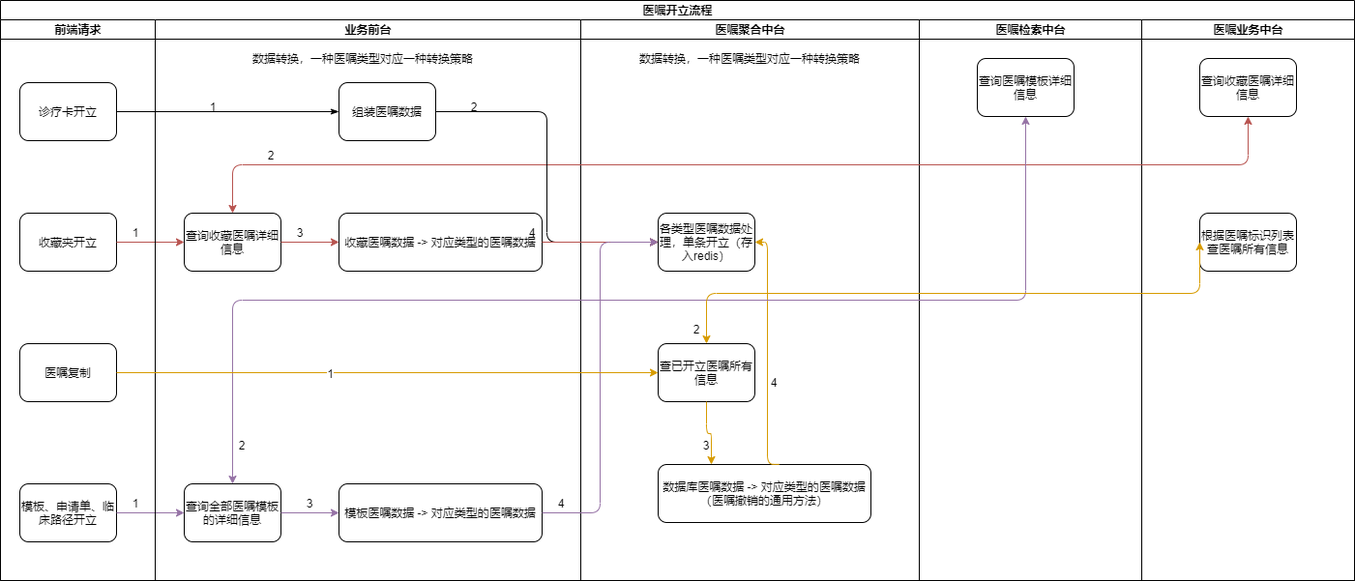
This is 医嘱开立流程.png from qkf5811/workspace, a draw.io export, as it was before one commit. Source tidied: cells renumbered, new cells last; positions are measured from the earlier drawing's top-left corner, leaving out a move shared by most shapes.
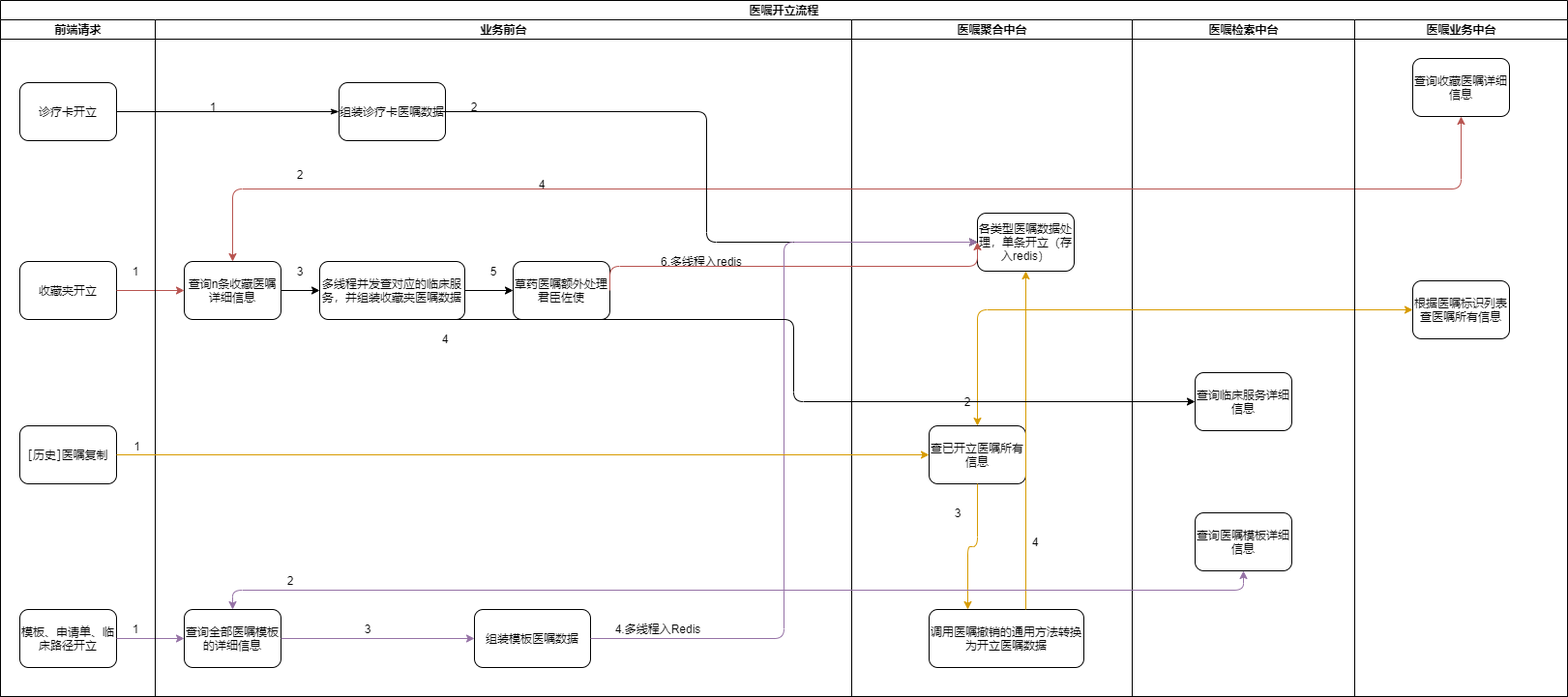
After the change.

Commit message:
Update 医嘱开立流程.png

The edit, as a diff of the source:
```diff
@@ -3,28 +3,28 @@
     <mxCell id="0" />
     <mxCell id="1" parent="0" />
     <mxCell id="2" value="医嘱开立流程" style="swimlane;html=1;startSize=20;rounded=0;shadow=0;labelBackgroundColor=none;strokeWidth=1;fontFamily=Verdana;fontSize=1;align=center;" parent="1" vertex="1">
-      <mxGeometry width="1400" height="600" as="geometry" />
+      <mxGeometry width="1620" height="720" as="geometry" />
     </mxCell>
     <mxCell id="3" value="前端请求" style="swimlane;html=1;startSize=20;" parent="2" vertex="1">
-      <mxGeometry y="20" width="160" height="580" as="geometry" />
+      <mxGeometry y="20" width="160" height="700" as="geometry" />
     </mxCell>
     <mxCell id="4" value="诊疗卡开立" style="rounded=1;whiteSpace=wrap;html=1;shadow=0;labelBackgroundColor=none;strokeWidth=1;fontFamily=Verdana;fontSize=8;align=center;" parent="3" vertex="1">
       <mxGeometry x="20" y="65" width="100" height="60" as="geometry" />
     </mxCell>
     <mxCell id="5" value="收藏夹开立" style="rounded=1;whiteSpace=wrap;html=1;shadow=0;labelBackgroundColor=none;strokeWidth=1;fontFamily=Verdana;fontSize=8;align=center;" parent="3" vertex="1">
-      <mxGeometry x="20" y="200" width="100" height="60" as="geometry" />
+      <mxGeometry x="20" y="250" width="100" height="60" as="geometry" />
     </mxCell>
-    <mxCell id="6" value="医嘱复制" style="rounded=1;whiteSpace=wrap;html=1;shadow=0;labelBackgroundColor=none;strokeWidth=1;fontFamily=Verdana;fontSize=8;align=center;" parent="3" vertex="1">
-      <mxGeometry x="20" y="335" width="100" height="60" as="geometry" />
+    <mxCell id="6" value="[历史]医嘱复制" style="rounded=1;whiteSpace=wrap;html=1;shadow=0;labelBackgroundColor=none;strokeWidth=1;fontFamily=Verdana;fontSize=8;align=center;" parent="3" vertex="1">
+      <mxGeometry x="20" y="420" width="100" height="60" as="geometry" />
     </mxCell>
     <mxCell id="7" value="模板、申请单、临床路径开立" style="rounded=1;whiteSpace=wrap;html=1;" parent="3" vertex="1">
-      <mxGeometry x="20" y="480" width="100" height="60" as="geometry" />
+      <mxGeometry x="20" y="610" width="100" height="60" as="geometry" />
     </mxCell>
     <mxCell id="8" value="1" style="text;html=1;strokeColor=none;fillColor=none;align=center;verticalAlign=middle;whiteSpace=wrap;rounded=0;fontSize=12;" parent="3" vertex="1">
-      <mxGeometry x="120" y="490" width="40" height="20" as="geometry" />
+      <mxGeometry x="120" y="620" width="40" height="20" as="geometry" />
     </mxCell>
     <mxCell id="9" value="1" style="text;html=1;strokeColor=none;fillColor=none;align=center;verticalAlign=middle;whiteSpace=wrap;rounded=0;fontSize=12;" parent="3" vertex="1">
-      <mxGeometry x="120" y="210" width="40" height="20" as="geometry" />
+      <mxGeometry x="120" y="250" width="40" height="20" as="geometry" />
     </mxCell>
     <mxCell id="10" style="rounded=1;html=1;labelBackgroundColor=none;startArrow=none;startFill=0;startSize=6;endArrow=classicThin;endFill=1;endSize=6;jettySize=auto;strokeWidth=1;fontFamily=Verdana;fontSize=8;" parent="2" edge="1" source="4" target="14">
       <mxGeometry relative="1" as="geometry" />
@@ -36,101 +36,107 @@
       <mxGeometry relative="1" as="geometry" />
     </mxCell>
     <mxCell id="13" value="业务前台" style="swimlane;html=1;startSize=20;fontSize=12;" parent="2" vertex="1">
-      <mxGeometry x="160" y="20" width="440" height="580" as="geometry" />
+      <mxGeometry x="160" y="20" width="720" height="700" as="geometry" />
     </mxCell>
-    <mxCell id="14" value="组装医嘱数据" style="rounded=1;whiteSpace=wrap;html=1;shadow=0;labelBackgroundColor=none;strokeWidth=1;fontFamily=Verdana;fontSize=8;align=center;" parent="13" vertex="1">
-      <mxGeometry x="190" y="65" width="100" height="60" as="geometry" />
+    <mxCell id="14" value="组装诊疗卡医嘱数据" style="rounded=1;whiteSpace=wrap;html=1;shadow=0;labelBackgroundColor=none;strokeWidth=1;fontFamily=Verdana;fontSize=8;align=center;" parent="13" vertex="1">
+      <mxGeometry x="190" y="65" width="110" height="60" as="geometry" />
     </mxCell>
-    <mxCell id="15" value="查询收藏医嘱详细信息" style="rounded=1;whiteSpace=wrap;html=1;" parent="13" vertex="1">
-      <mxGeometry x="30" y="200" width="100" height="60" as="geometry" />
+    <mxCell id="15" value="查询n条收藏医嘱详细信息" style="rounded=1;whiteSpace=wrap;html=1;" parent="13" vertex="1">
+      <mxGeometry x="30" y="250" width="100" height="60" as="geometry" />
     </mxCell>
-    <mxCell id="16" value="&lt;font style=&quot;font-size: 8px&quot;&gt;收藏医嘱数据 -&amp;gt; 对应类型的医嘱数据&lt;/font&gt;" style="rounded=1;whiteSpace=wrap;html=1;fontSize=11;" parent="13" vertex="1">
-      <mxGeometry x="190" y="200" width="210" height="60" as="geometry" />
+    <mxCell id="16" value="&lt;font style=&quot;font-size: 8px&quot;&gt;多线程并发查对应的临床服务，并组装收藏夹医嘱数据&lt;/font&gt;" style="rounded=1;whiteSpace=wrap;html=1;fontSize=11;" parent="13" vertex="1">
+      <mxGeometry x="170" y="250" width="150" height="60" as="geometry" />
     </mxCell>
     <mxCell id="17" value="查询全部医嘱模板的详细信息" style="rounded=1;whiteSpace=wrap;html=1;" parent="13" vertex="1">
-      <mxGeometry x="30" y="480" width="100" height="60" as="geometry" />
+      <mxGeometry x="30" y="610" width="100" height="60" as="geometry" />
     </mxCell>
-    <mxCell id="18" value="&lt;font style=&quot;font-size: 8px&quot;&gt;模板医嘱数据 -&amp;gt; 对应类型的医嘱数据&lt;/font&gt;" style="rounded=1;whiteSpace=wrap;html=1;fontSize=11;" parent="13" vertex="1">
-      <mxGeometry x="190" y="480" width="210" height="60" as="geometry" />
+    <mxCell id="18" value="&lt;span style=&quot;font-size: 8px&quot;&gt;组装模板医嘱数据&lt;/span&gt;" style="rounded=1;whiteSpace=wrap;html=1;fontSize=11;" parent="13" vertex="1">
+      <mxGeometry x="330" y="610" width="120" height="60" as="geometry" />
     </mxCell>
     <mxCell id="19" style="endArrow=classic;html=1;fontSize=12;exitX=1;exitY=0.5;exitDx=0;exitDy=0;entryX=0;entryY=0.5;entryDx=0;entryDy=0;fillColor=#e1d5e7;strokeColor=#9673a6;" parent="13" edge="1" source="17" target="18">
       <mxGeometry relative="1" as="geometry" />
     </mxCell>
-    <mxCell id="20" style="endArrow=classic;html=1;fontSize=12;exitX=1;exitY=0.5;exitDx=0;exitDy=0;entryX=0;entryY=0.5;entryDx=0;entryDy=0;fillColor=#f8cecc;strokeColor=#b85450;" parent="13" edge="1" source="15" target="16">
-      <mxGeometry relative="1" as="geometry" />
-    </mxCell>
-    <mxCell id="21" value="数据转换，一种医嘱类型对应一种转换策略" style="text;html=1;strokeColor=none;fillColor=none;align=center;verticalAlign=middle;whiteSpace=wrap;rounded=0;fontSize=12;" parent="13" vertex="1">
-      <mxGeometry x="50" y="30" width="330" height="20" as="geometry" />
-    </mxCell>
     <mxCell id="22" value="1" style="text;html=1;strokeColor=none;fillColor=none;align=center;verticalAlign=middle;whiteSpace=wrap;rounded=0;fontSize=12;" parent="13" vertex="1">
       <mxGeometry x="40" y="80" width="40" height="20" as="geometry" />
     </mxCell>
-    <mxCell id="23" value="2" style="text;html=1;strokeColor=none;fillColor=none;align=center;verticalAlign=middle;whiteSpace=wrap;rounded=0;fontSize=12;" parent="13" vertex="1">
-      <mxGeometry x="70" y="430" width="40" height="20" as="geometry" />
-    </mxCell>
-    <mxCell id="24" value="4" style="text;html=1;strokeColor=none;fillColor=none;align=center;verticalAlign=middle;whiteSpace=wrap;rounded=0;fontSize=12;" parent="13" vertex="1">
-      <mxGeometry x="400" y="490" width="40" height="20" as="geometry" />
+    <mxCell id="24" value="4.多线程入Redis" style="text;html=1;strokeColor=none;fillColor=none;align=center;verticalAlign=middle;whiteSpace=wrap;rounded=0;fontSize=12;" parent="13" vertex="1">
+      <mxGeometry x="470" y="620" width="100" height="20" as="geometry" />
     </mxCell>
     <mxCell id="25" value="2" style="text;html=1;strokeColor=none;fillColor=none;align=center;verticalAlign=middle;whiteSpace=wrap;rounded=0;fontSize=12;" parent="13" vertex="1">
-      <mxGeometry x="100" y="130" width="40" height="20" as="geometry" />
+      <mxGeometry x="130" y="150" width="40" height="20" as="geometry" />
     </mxCell>
     <mxCell id="26" value="3" style="text;html=1;strokeColor=none;fillColor=none;align=center;verticalAlign=middle;whiteSpace=wrap;rounded=0;fontSize=12;" parent="13" vertex="1">
-      <mxGeometry x="130" y="210" width="40" height="20" as="geometry" />
+      <mxGeometry x="130" y="250" width="40" height="20" as="geometry" />
     </mxCell>
     <mxCell id="27" value="2" style="text;html=1;strokeColor=none;fillColor=none;align=center;verticalAlign=middle;whiteSpace=wrap;rounded=0;fontSize=12;" parent="13" vertex="1">
       <mxGeometry x="310" y="80" width="40" height="20" as="geometry" />
     </mxCell>
     <mxCell id="28" value="4" style="text;html=1;strokeColor=none;fillColor=none;align=center;verticalAlign=middle;whiteSpace=wrap;rounded=0;fontSize=12;" parent="13" vertex="1">
-      <mxGeometry x="370" y="210" width="40" height="20" as="geometry" />
+      <mxGeometry x="380" y="160" width="40" height="20" as="geometry" />
     </mxCell>
     <mxCell id="29" value="3" style="text;html=1;strokeColor=none;fillColor=none;align=center;verticalAlign=middle;whiteSpace=wrap;rounded=0;fontSize=12;" parent="13" vertex="1">
-      <mxGeometry x="140" y="490" width="40" height="20" as="geometry" />
+      <mxGeometry x="200" y="620" width="40" height="20" as="geometry" />
     </mxCell>
+    <mxCell id="53" value="4" style="text;html=1;strokeColor=none;fillColor=none;align=center;verticalAlign=middle;whiteSpace=wrap;rounded=0;fontSize=12;" parent="13" vertex="1">
+      <mxGeometry x="280" y="320" width="40" height="20" as="geometry" />
+    </mxCell>
+    <mxCell id="54" value="草药医嘱额外处理君臣佐使" style="rounded=1;whiteSpace=wrap;html=1;" parent="13" vertex="1">
+      <mxGeometry x="370" y="250" width="100" height="60" as="geometry" />
+    </mxCell>
+    <mxCell id="55" value="5" style="text;html=1;strokeColor=none;fillColor=none;align=center;verticalAlign=middle;whiteSpace=wrap;rounded=0;fontSize=12;" parent="13" vertex="1">
+      <mxGeometry x="330" y="250" width="40" height="20" as="geometry" />
+    </mxCell>
+    <mxCell id="56" style="endArrow=classic;html=1;shadow=0;fontSize=12;exitX=1;exitY=0.5;exitDx=0;exitDy=0;entryX=0;entryY=0.5;entryDx=0;entryDy=0;" parent="13" edge="1" source="16" target="54">
+      <mxGeometry relative="1" as="geometry" />
+    </mxCell>
+    <mxCell id="57" value="6.多线程入redis" style="text;html=1;strokeColor=none;fillColor=none;align=center;verticalAlign=middle;whiteSpace=wrap;rounded=0;fontSize=12;" parent="13" vertex="1">
+      <mxGeometry x="450" y="240" width="230" height="20" as="geometry" />
+    </mxCell>
+    <mxCell id="20" style="endArrow=classic;html=1;shadow=0;fontSize=12;exitX=1;exitY=0.5;exitDx=0;exitDy=0;entryX=0;entryY=0.5;entryDx=0;entryDy=0;" parent="13" edge="1" source="15" target="16">
+      <mxGeometry relative="1" as="geometry" />
+    </mxCell>
+    <mxCell id="23" value="2" style="text;html=1;strokeColor=none;fillColor=none;align=center;verticalAlign=middle;whiteSpace=wrap;rounded=0;fontSize=12;" parent="13" vertex="1">
+      <mxGeometry x="120" y="570" width="40" height="20" as="geometry" />
+    </mxCell>
     <mxCell id="30" value="医嘱聚合中台" style="swimlane;html=1;startSize=20;" parent="2" vertex="1">
-      <mxGeometry x="600" y="20" width="350" height="580" as="geometry" />
+      <mxGeometry x="880" y="20" width="290" height="700" as="geometry" />
     </mxCell>
     <mxCell id="31" value="各类型医嘱数据处理，单条开立（存入redis）" style="rounded=1;whiteSpace=wrap;html=1;" parent="30" vertex="1">
-      <mxGeometry x="80" y="200" width="100" height="60" as="geometry" />
+      <mxGeometry x="130" y="200" width="100" height="60" as="geometry" />
     </mxCell>
     <mxCell id="32" value="查已开立医嘱所有信息" style="rounded=1;whiteSpace=wrap;html=1;" parent="30" vertex="1">
-      <mxGeometry x="80" y="335" width="100" height="60" as="geometry" />
+      <mxGeometry x="80" y="420" width="100" height="60" as="geometry" />
     </mxCell>
-    <mxCell id="33" value="数据库医嘱数据 -&amp;gt; 对应类型的医嘱数据&lt;br&gt;（医嘱撤销的通用方法）" style="rounded=1;whiteSpace=wrap;html=1;" parent="30" vertex="1">
-      <mxGeometry x="80" y="460" width="220" height="60" as="geometry" />
+    <mxCell id="33" value="调用医嘱撤销的通用方法转换为开立医嘱数据" style="rounded=1;whiteSpace=wrap;html=1;" parent="30" vertex="1">
+      <mxGeometry x="80" y="610" width="160" height="60" as="geometry" />
     </mxCell>
     <mxCell id="34" style="endArrow=classic;html=1;fontSize=12;exitX=0.5;exitY=1;exitDx=0;exitDy=0;entryX=0.25;entryY=0;entryDx=0;entryDy=0;edgeStyle=elbowEdgeStyle;elbow=vertical;fillColor=#ffe6cc;strokeColor=#d79b00;" parent="30" edge="1" source="32" target="33">
       <mxGeometry relative="1" as="geometry" />
     </mxCell>
-    <mxCell id="35" style="endArrow=classic;html=1;fontSize=12;exitX=0.569;exitY=-0.002;exitDx=0;exitDy=0;exitPerimeter=0;entryX=1;entryY=0.5;entryDx=0;entryDy=0;edgeStyle=elbowEdgeStyle;fillColor=#ffe6cc;strokeColor=#d79b00;" parent="30" edge="1" source="33" target="31">
-      <mxGeometry relative="1" as="geometry" />
+    <mxCell id="35" style="endArrow=classic;html=1;fontSize=12;fillColor=#ffe6cc;strokeColor=#d79b00;" parent="30" edge="1">
+      <mxGeometry relative="1" as="geometry">
+        <mxPoint x="180" y="610" as="sourcePoint" />
+        <mxPoint x="180" y="260" as="targetPoint" />
+      </mxGeometry>
     </mxCell>
     <mxCell id="36" value="2" style="text;html=1;strokeColor=none;fillColor=none;align=center;verticalAlign=middle;whiteSpace=wrap;rounded=0;fontSize=12;" parent="30" vertex="1">
-      <mxGeometry x="100" y="310" width="40" height="20" as="geometry" />
+      <mxGeometry x="100" y="385" width="40" height="20" as="geometry" />
     </mxCell>
+    <mxCell id="38" value="4" style="text;html=1;strokeColor=none;fillColor=none;align=center;verticalAlign=middle;whiteSpace=wrap;rounded=0;fontSize=12;" parent="30" vertex="1">
+      <mxGeometry x="170" y="530" width="40" height="20" as="geometry" />
+    </mxCell>
     <mxCell id="37" value="3" style="text;html=1;strokeColor=none;fillColor=none;align=center;verticalAlign=middle;whiteSpace=wrap;rounded=0;fontSize=12;" parent="30" vertex="1">
-      <mxGeometry x="110" y="430" width="40" height="20" as="geometry" />
+      <mxGeometry x="90" y="500" width="40" height="20" as="geometry" />
     </mxCell>
-    <mxCell id="38" value="4" style="text;html=1;strokeColor=none;fillColor=none;align=center;verticalAlign=middle;whiteSpace=wrap;rounded=0;fontSize=12;" parent="30" vertex="1">
-      <mxGeometry x="180" y="365" width="40" height="20" as="geometry" />
-    </mxCell>
-    <mxCell id="39" value="数据转换，一种医嘱类型对应一种转换策略" style="text;html=1;strokeColor=none;fillColor=none;align=center;verticalAlign=middle;whiteSpace=wrap;rounded=0;fontSize=12;" parent="30" vertex="1">
-      <mxGeometry x="10" y="30" width="330" height="20" as="geometry" />
-    </mxCell>
     <mxCell id="40" value="医嘱检索中台" style="swimlane;html=1;startSize=20;" parent="2" vertex="1">
-      <mxGeometry x="950" y="20" width="230" height="580" as="geometry" />
+      <mxGeometry x="1170" y="20" width="230" height="700" as="geometry" />
     </mxCell>
     <mxCell id="41" value="查询医嘱模板详细信息" style="rounded=1;whiteSpace=wrap;html=1;" parent="40" vertex="1">
-      <mxGeometry x="60" y="40" width="100" height="60" as="geometry" />
+      <mxGeometry x="65" y="510" width="100" height="60" as="geometry" />
     </mxCell>
-    <mxCell id="42" value="医嘱业务中台" style="swimlane;html=1;startSize=20;" parent="2" vertex="1">
-      <mxGeometry x="1180" y="20" width="220" height="580" as="geometry" />
-    </mxCell>
-    <mxCell id="43" value="查询收藏医嘱详细信息" style="rounded=1;whiteSpace=wrap;html=1;" parent="42" vertex="1">
-      <mxGeometry x="60" y="40" width="100" height="60" as="geometry" />
-    </mxCell>
-    <mxCell id="44" value="根据医嘱标识列表查医嘱所有信息" style="rounded=1;whiteSpace=wrap;html=1;" parent="42" vertex="1">
-      <mxGeometry x="60" y="200" width="100" height="60" as="geometry" />
-    </mxCell>
+    <mxCell id="58" value="查询临床服务详细信息" style="rounded=1;whiteSpace=wrap;html=1;" parent="40" vertex="1">
+      <mxGeometry x="65" y="365" width="100" height="60" as="geometry" />
+    </mxCell>
     <mxCell id="45" style="endArrow=classic;startArrow=classic;html=1;fontSize=12;exitX=0.5;exitY=0;exitDx=0;exitDy=0;entryX=0.5;entryY=1;entryDx=0;entryDy=0;edgeStyle=elbowEdgeStyle;elbow=vertical;fillColor=#f8cecc;strokeColor=#b85450;" parent="2" edge="1" source="15" target="43">
       <mxGeometry relative="1" as="geometry" />
     </mxCell>
@@ -142,7 +148,7 @@
         <mxPoint x="450" y="115" as="sourcePoint" />
       </mxGeometry>
     </mxCell>
-    <mxCell id="48" style="endArrow=classic;html=1;fontSize=12;exitX=1;exitY=0.5;exitDx=0;exitDy=0;entryX=0;entryY=0.5;entryDx=0;entryDy=0;fillColor=#f8cecc;strokeColor=#b85450;" parent="2" edge="1" source="16" target="31">
+    <mxCell id="48" style="endArrow=classic;html=1;fontSize=12;exitX=1;exitY=0.5;exitDx=0;exitDy=0;entryX=0;entryY=0.5;entryDx=0;entryDy=0;fillColor=#f8cecc;strokeColor=#b85450;edgeStyle=elbowEdgeStyle;elbow=vertical;exitPerimeter=0;" parent="2" edge="1" source="54" target="31">
       <mxGeometry relative="1" as="geometry" />
     </mxCell>
     <mxCell id="49" style="endArrow=classic;html=1;fontSize=12;exitX=1;exitY=0.5;exitDx=0;exitDy=0;entryX=0;entryY=0.5;entryDx=0;entryDy=0;edgeStyle=elbowEdgeStyle;fillColor=#e1d5e7;strokeColor=#9673a6;" parent="2" edge="1" source="18" target="31">
@@ -153,11 +159,23 @@
     </mxCell>
     <mxCell id="51" value="1" style="edgeLabel;html=1;align=center;verticalAlign=middle;fontSize=12;" parent="50" vertex="1">
       <mxGeometry x="-0.28" y="3" relative="1" as="geometry">
-        <mxPoint x="18" y="3" as="offset" />
+        <mxPoint x="-282" y="-7" as="offset" />
       </mxGeometry>
     </mxCell>
-    <mxCell id="52" style="endArrow=classic;startArrow=classic;html=1;fontSize=12;exitX=0.5;exitY=0;exitDx=0;exitDy=0;entryX=0;entryY=0.5;entryDx=0;entryDy=0;edgeStyle=elbowEdgeStyle;elbow=vertical;fillColor=#ffe6cc;strokeColor=#d79b00;" parent="2" edge="1" source="32" target="44">
+    <mxCell id="52" style="endArrow=classic;startArrow=classic;html=1;fontSize=12;exitX=0.5;exitY=0;exitDx=0;exitDy=0;entryX=0;entryY=0.5;entryDx=0;entryDy=0;edgeStyle=orthogonalEdgeStyle;fillColor=#ffe6cc;strokeColor=#d79b00;" parent="2" edge="1" source="32" target="44">
       <mxGeometry relative="1" as="geometry" />
     </mxCell>
+    <mxCell id="42" value="医嘱业务中台" style="swimlane;html=1;startSize=20;" parent="2" vertex="1">
+      <mxGeometry x="1400" y="20" width="220" height="700" as="geometry" />
+    </mxCell>
+    <mxCell id="43" value="查询收藏医嘱详细信息" style="rounded=1;whiteSpace=wrap;html=1;" parent="42" vertex="1">
+      <mxGeometry x="60" y="40" width="100" height="60" as="geometry" />
+    </mxCell>
+    <mxCell id="44" value="根据医嘱标识列表查医嘱所有信息" style="rounded=1;whiteSpace=wrap;html=1;" parent="42" vertex="1">
+      <mxGeometry x="60" y="270" width="100" height="60" as="geometry" />
+    </mxCell>
+    <mxCell id="59" style="endArrow=classic;html=1;shadow=0;fontSize=12;exitX=0.5;exitY=1;exitDx=0;exitDy=0;entryX=0;entryY=0.5;entryDx=0;entryDy=0;edgeStyle=elbowEdgeStyle;" parent="2" edge="1" source="16" target="58">
+      <mxGeometry relative="1" as="geometry" />
+    </mxCell>
   </root>
 </mxGraphModel>
```
